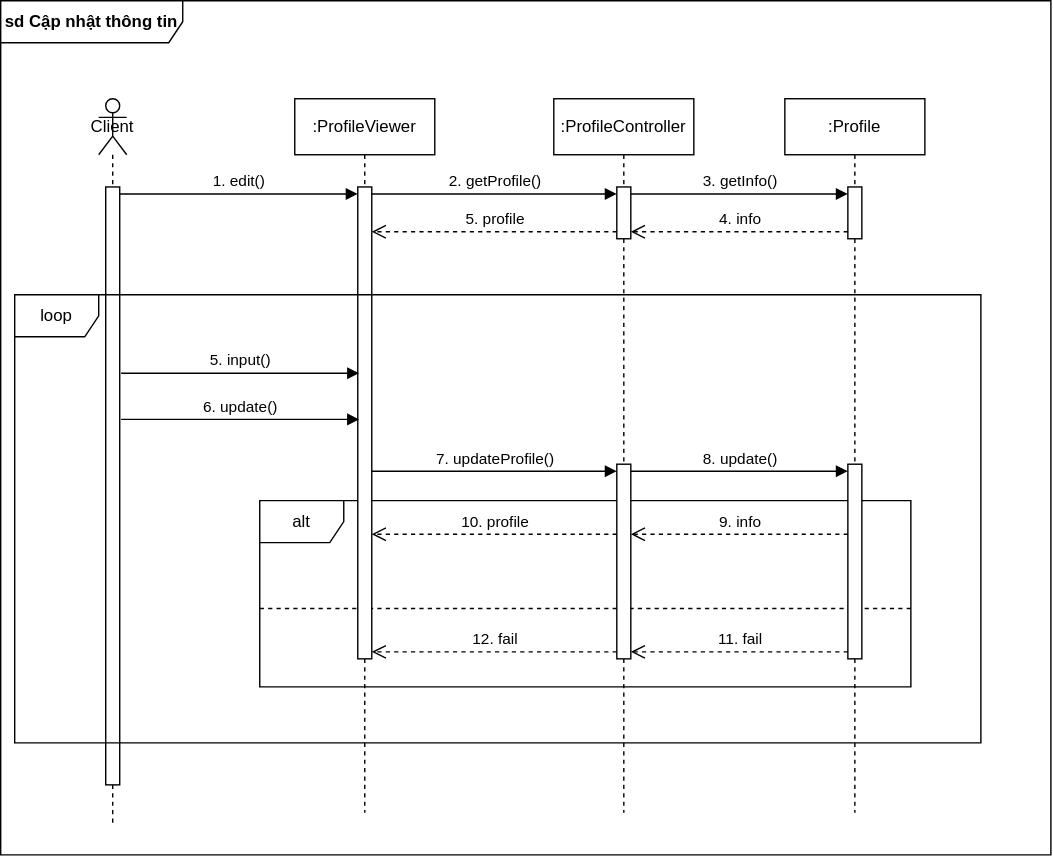
The draw.io diagram [W3] SequenceDiagram 1.drawio.svg in ntmly/ThuchanhphattrienhethongTTNT, before a commit. Source tidied: cells renumbered, new cells last; positions are measured from the earlier drawing's top-left corner, leaving out a move shared by most shapes.
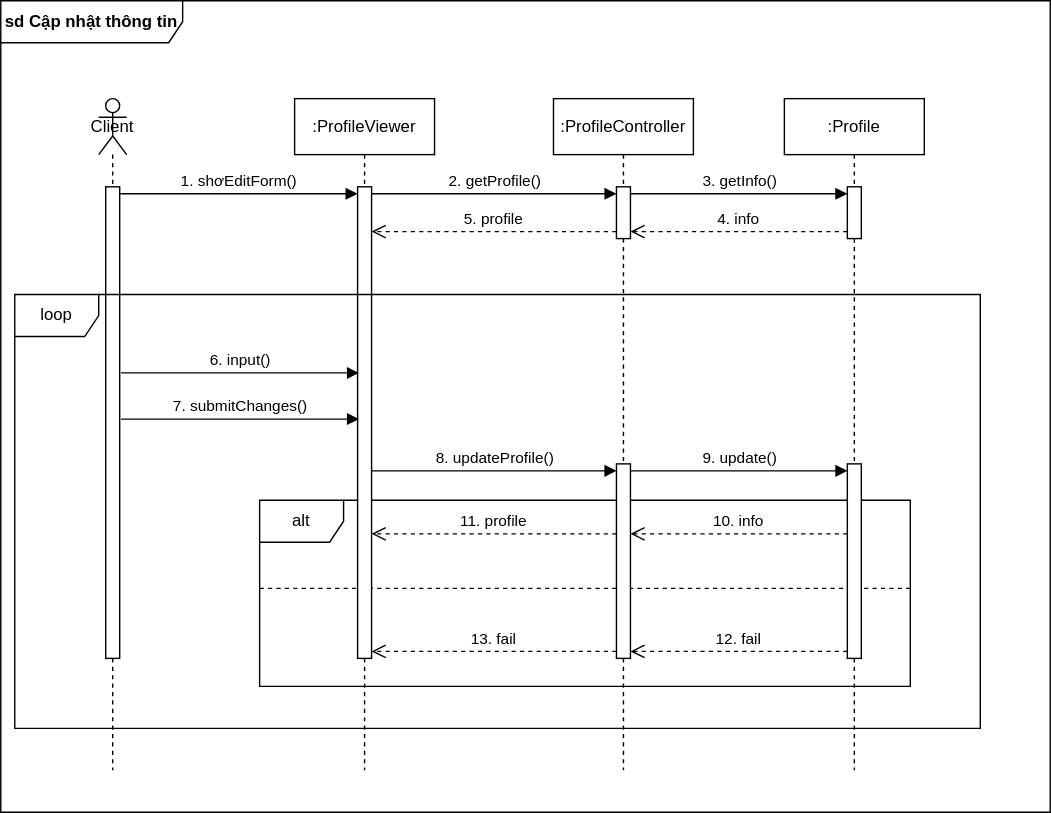
The same file after the commit.

Commit message:
Cập nhật [W3] SequenceDiagram 1.drawio.svg

The edit, as a diff of the source:
```diff
@@ -6,25 +6,25 @@
       <mxGeometry x="185" y="357" width="465" height="133" as="geometry" />
     </mxCell>
     <mxCell id="3" style="line;strokeWidth=1;fillColor=none;align=left;verticalAlign=middle;spacingTop=-1;spacingLeft=3;spacingRight=3;labelPosition=right;strokeColor=inherit;dashed=1;" parent="1" vertex="1">
-      <mxGeometry x="185" y="430" width="465" height="8" as="geometry" />
+      <mxGeometry x="185" y="416" width="465" height="8" as="geometry" />
     </mxCell>
     <mxCell id="4" value="sd Cập nhật thông tin" style="shape=umlFrame;whiteSpace=wrap;html=1;width=130;height=30;fontStyle=1;" parent="1" vertex="1">
-      <mxGeometry width="750" height="610" as="geometry" />
+      <mxGeometry width="750" height="580" as="geometry" />
     </mxCell>
     <mxCell id="5" value="Client" style="shape=umlLifeline;perimeter=lifelinePerimeter;whiteSpace=wrap;html=1;newEdgeStyle={&quot;curved&quot;:0,&quot;rounded&quot;:0};participant=umlActor;" parent="1" vertex="1">
-      <mxGeometry x="70" y="70" width="20" height="520" as="geometry" />
+      <mxGeometry x="70" y="70" width="20" height="480" as="geometry" />
     </mxCell>
     <mxCell id="6" style="html=1;points=[[0,0,0,0,5],[0,1,0,0,-5],[1,0,0,0,5],[1,1,0,0,-5]];perimeter=orthogonalPerimeter;outlineConnect=0;targetShapes=umlLifeline;portConstraint=eastwest;newEdgeStyle={&quot;curved&quot;:0,&quot;rounded&quot;:0};" parent="5" vertex="1">
-      <mxGeometry x="5" y="63" width="10" height="427" as="geometry" />
+      <mxGeometry x="5" y="63" width="10" height="337" as="geometry" />
     </mxCell>
     <mxCell id="7" value=":ProfileViewer" style="shape=umlLifeline;perimeter=lifelinePerimeter;whiteSpace=wrap;html=1;newEdgeStyle={&quot;curved&quot;:0,&quot;rounded&quot;:0};" parent="1" vertex="1">
-      <mxGeometry x="210" y="70" width="100" height="510" as="geometry" />
+      <mxGeometry x="210" y="70" width="100" height="480" as="geometry" />
     </mxCell>
     <mxCell id="8" style="html=1;points=[[0,0,0,0,5],[0,1,0,0,-5],[1,0,0,0,5],[1,1,0,0,-5]];perimeter=orthogonalPerimeter;outlineConnect=0;targetShapes=umlLifeline;portConstraint=eastwest;newEdgeStyle={&quot;curved&quot;:0,&quot;rounded&quot;:0};" parent="7" vertex="1">
       <mxGeometry x="45" y="63" width="10" height="337" as="geometry" />
     </mxCell>
     <mxCell id="9" value=":ProfileController" style="shape=umlLifeline;perimeter=lifelinePerimeter;whiteSpace=wrap;html=1;newEdgeStyle={&quot;curved&quot;:0,&quot;rounded&quot;:0};" parent="1" vertex="1">
-      <mxGeometry x="395" y="70" width="100" height="510" as="geometry" />
+      <mxGeometry x="395" y="70" width="100" height="480" as="geometry" />
     </mxCell>
     <mxCell id="10" style="html=1;points=[[0,0,0,0,5],[0,1,0,0,-5],[1,0,0,0,5],[1,1,0,0,-5]];perimeter=orthogonalPerimeter;outlineConnect=0;targetShapes=umlLifeline;portConstraint=eastwest;newEdgeStyle={&quot;curved&quot;:0,&quot;rounded&quot;:0};" parent="9" vertex="1">
       <mxGeometry x="45" y="63" width="10" height="37" as="geometry" />
@@ -32,13 +32,13 @@
     <mxCell id="11" style="html=1;points=[[0,0,0,0,5],[0,1,0,0,-5],[1,0,0,0,5],[1,1,0,0,-5]];perimeter=orthogonalPerimeter;outlineConnect=0;targetShapes=umlLifeline;portConstraint=eastwest;newEdgeStyle={&quot;curved&quot;:0,&quot;rounded&quot;:0};" parent="9" vertex="1">
       <mxGeometry x="45" y="261" width="10" height="139" as="geometry" />
     </mxCell>
-    <mxCell id="12" value="10. profile" style="html=1;verticalAlign=bottom;endArrow=open;dashed=1;endSize=8;curved=0;rounded=0;exitX=0;exitY=1;exitDx=0;exitDy=-5;" parent="9" edge="1" target="8">
+    <mxCell id="12" value="11. profile" style="html=1;verticalAlign=bottom;endArrow=open;dashed=1;endSize=8;curved=0;rounded=0;exitX=0;exitY=1;exitDx=0;exitDy=-5;" parent="9" edge="1" target="8">
       <mxGeometry relative="1" as="geometry">
         <mxPoint x="45" y="311" as="sourcePoint" />
       </mxGeometry>
     </mxCell>
     <mxCell id="13" value=":Profile" style="shape=umlLifeline;perimeter=lifelinePerimeter;whiteSpace=wrap;html=1;newEdgeStyle={&quot;curved&quot;:0,&quot;rounded&quot;:0};" parent="1" vertex="1">
-      <mxGeometry x="560" y="70" width="100" height="510" as="geometry" />
+      <mxGeometry x="560" y="70" width="100" height="480" as="geometry" />
     </mxCell>
     <mxCell id="14" style="html=1;points=[[0,0,0,0,5],[0,1,0,0,-5],[1,0,0,0,5],[1,1,0,0,-5]];perimeter=orthogonalPerimeter;outlineConnect=0;targetShapes=umlLifeline;portConstraint=eastwest;newEdgeStyle={&quot;curved&quot;:0,&quot;rounded&quot;:0};" parent="13" vertex="1">
       <mxGeometry x="45" y="63" width="10" height="37" as="geometry" />
@@ -46,13 +46,13 @@
     <mxCell id="15" style="html=1;points=[[0,0,0,0,5],[0,1,0,0,-5],[1,0,0,0,5],[1,1,0,0,-5]];perimeter=orthogonalPerimeter;outlineConnect=0;targetShapes=umlLifeline;portConstraint=eastwest;newEdgeStyle={&quot;curved&quot;:0,&quot;rounded&quot;:0};" parent="13" vertex="1">
       <mxGeometry x="45" y="261" width="10" height="139" as="geometry" />
     </mxCell>
-    <mxCell id="16" value="9. info" style="html=1;verticalAlign=bottom;endArrow=open;dashed=1;endSize=8;curved=0;rounded=0;exitX=0;exitY=1;exitDx=0;exitDy=-5;" parent="13" edge="1">
+    <mxCell id="16" value="10. info" style="html=1;verticalAlign=bottom;endArrow=open;dashed=1;endSize=8;curved=0;rounded=0;exitX=0;exitY=1;exitDx=0;exitDy=-5;" parent="13" edge="1">
       <mxGeometry relative="1" as="geometry">
         <mxPoint x="45" y="311" as="sourcePoint" />
         <mxPoint x="-110" y="311" as="targetPoint" />
       </mxGeometry>
     </mxCell>
-    <mxCell id="17" value="1. edit()" style="html=1;verticalAlign=bottom;endArrow=block;curved=0;rounded=0;exitX=1;exitY=0;exitDx=0;exitDy=5;exitPerimeter=0;entryX=0;entryY=0;entryDx=0;entryDy=5;entryPerimeter=0;" parent="1" edge="1" source="6" target="8">
+    <mxCell id="17" value="1. shơEditForm()" style="html=1;verticalAlign=bottom;endArrow=block;curved=0;rounded=0;exitX=1;exitY=0;exitDx=0;exitDy=5;exitPerimeter=0;entryX=0;entryY=0;entryDx=0;entryDy=5;entryPerimeter=0;" parent="1" edge="1" source="6" target="8">
       <mxGeometry relative="1" as="geometry" />
     </mxCell>
     <mxCell id="18" value="2. getProfile()" style="html=1;verticalAlign=bottom;endArrow=block;curved=0;rounded=0;entryX=0;entryY=0;entryDx=0;entryDy=5;exitX=1;exitY=0;exitDx=0;exitDy=5;exitPerimeter=0;" parent="1" edge="1" source="8" target="10">
@@ -68,30 +68,30 @@
       <mxGeometry relative="1" as="geometry" />
     </mxCell>
     <mxCell id="22" value="loop" style="shape=umlFrame;whiteSpace=wrap;html=1;" parent="1" vertex="1">
-      <mxGeometry x="10" y="210" width="690" height="320" as="geometry" />
+      <mxGeometry x="10" y="210" width="690" height="310" as="geometry" />
     </mxCell>
-    <mxCell id="23" value="5. input()" style="html=1;verticalAlign=bottom;endArrow=block;curved=0;rounded=0;" parent="1" edge="1">
+    <mxCell id="23" value="6. input()" style="html=1;verticalAlign=bottom;endArrow=block;curved=0;rounded=0;" parent="1" edge="1">
       <mxGeometry relative="1" as="geometry">
         <mxPoint x="86" y="266" as="sourcePoint" />
         <mxPoint x="256" y="266" as="targetPoint" />
       </mxGeometry>
     </mxCell>
-    <mxCell id="24" value="6. update()" style="html=1;verticalAlign=bottom;endArrow=block;curved=0;rounded=0;" parent="1" edge="1">
+    <mxCell id="24" value="7. submitChanges()" style="html=1;verticalAlign=bottom;endArrow=block;curved=0;rounded=0;" parent="1" edge="1">
       <mxGeometry relative="1" as="geometry">
         <mxPoint x="86" y="299" as="sourcePoint" />
         <mxPoint x="256" y="299" as="targetPoint" />
       </mxGeometry>
     </mxCell>
-    <mxCell id="25" value="7. updateProfile()" style="html=1;verticalAlign=bottom;endArrow=block;curved=0;rounded=0;entryX=0;entryY=0;entryDx=0;entryDy=5;" parent="1" edge="1" source="8" target="11">
+    <mxCell id="25" value="8. updateProfile()" style="html=1;verticalAlign=bottom;endArrow=block;curved=0;rounded=0;entryX=0;entryY=0;entryDx=0;entryDy=5;" parent="1" edge="1" source="8" target="11">
       <mxGeometry relative="1" as="geometry" />
     </mxCell>
-    <mxCell id="26" value="8. update()" style="html=1;verticalAlign=bottom;endArrow=block;curved=0;rounded=0;entryX=0;entryY=0;entryDx=0;entryDy=5;exitX=1;exitY=0;exitDx=0;exitDy=5;exitPerimeter=0;" parent="1" edge="1" source="11" target="15">
+    <mxCell id="26" value="9. update()" style="html=1;verticalAlign=bottom;endArrow=block;curved=0;rounded=0;entryX=0;entryY=0;entryDx=0;entryDy=5;exitX=1;exitY=0;exitDx=0;exitDy=5;exitPerimeter=0;" parent="1" edge="1" source="11" target="15">
       <mxGeometry relative="1" as="geometry" />
     </mxCell>
-    <mxCell id="27" value="12. fail" style="html=1;verticalAlign=bottom;endArrow=open;dashed=1;endSize=8;curved=0;rounded=0;entryX=1;entryY=1;entryDx=0;entryDy=-5;entryPerimeter=0;" parent="1" edge="1" source="11" target="8">
+    <mxCell id="27" value="13. fail" style="html=1;verticalAlign=bottom;endArrow=open;dashed=1;endSize=8;curved=0;rounded=0;entryX=1;entryY=1;entryDx=0;entryDy=-5;entryPerimeter=0;" parent="1" edge="1" source="11" target="8">
       <mxGeometry relative="1" as="geometry" />
     </mxCell>
-    <mxCell id="28" value="11. fail" style="html=1;verticalAlign=bottom;endArrow=open;dashed=1;endSize=8;curved=0;rounded=0;entryX=1;entryY=1;entryDx=0;entryDy=-5;entryPerimeter=0;exitX=0;exitY=1;exitDx=0;exitDy=-5;exitPerimeter=0;" parent="1" edge="1" source="15" target="11">
+    <mxCell id="28" value="12. fail" style="html=1;verticalAlign=bottom;endArrow=open;dashed=1;endSize=8;curved=0;rounded=0;entryX=1;entryY=1;entryDx=0;entryDy=-5;entryPerimeter=0;exitX=0;exitY=1;exitDx=0;exitDy=-5;exitPerimeter=0;" parent="1" edge="1" source="15" target="11">
       <mxGeometry relative="1" as="geometry" />
     </mxCell>
   </root>
```
